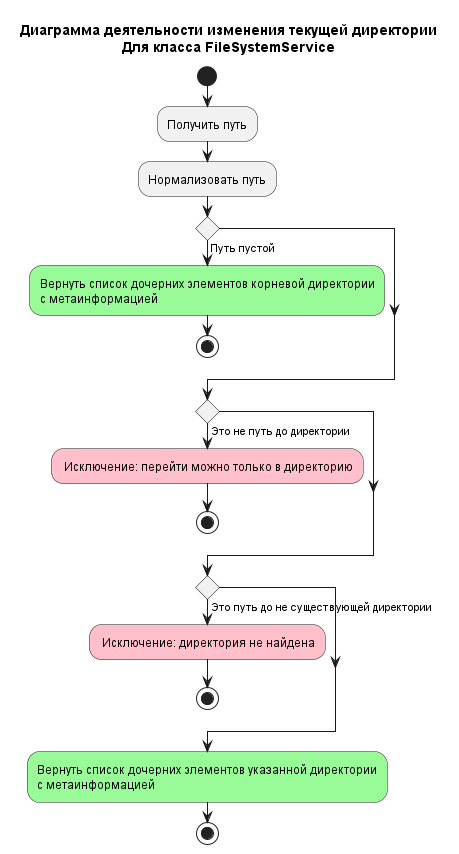
Earlier version of the PlantUML export documentation/diagrams/out/documentation/diagrams/change-dir-activity-diagram/Change dir activity diagram.png (PavelPutin/Zile-filla). Source of this version:
```plantuml
@startuml Change dir activity diagram
title
Диаграмма деятельности изменения текущей директории
Для класса FileSystemService
end title

start
:Получить путь;
:Нормализовать путь;

if () then (Путь пустой)
    #palegreen:Вернуть список дочерних элементов корневой директории\nс метаинформацией;
    stop
endif

if () then (Это не путь до директории)
    #pink: Исключение: перейти можно только в директорию;
    stop
endif

if () then (Это путь до не существующей директории)
    #pink: Исключение: директория не найдена;
    stop
endif

#palegreen:Вернуть список дочерних элементов указанной директории\nс метаинформацией;

stop

@enduml
```
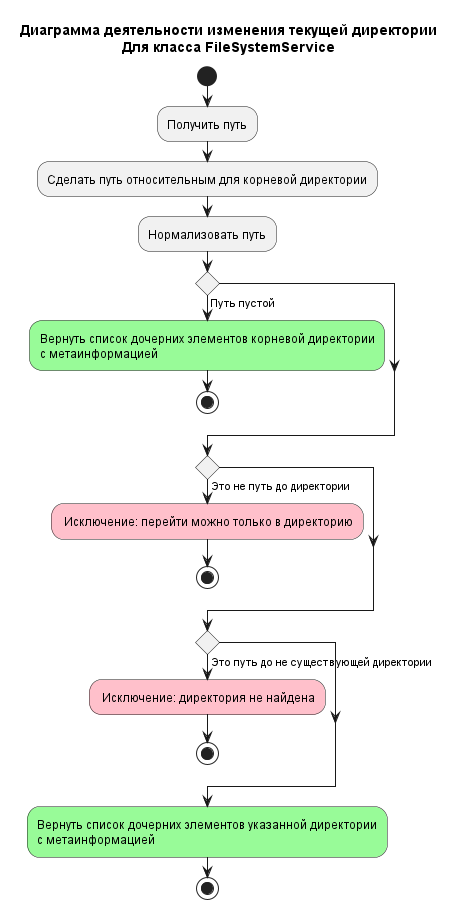
The same file after the commit.

Commit message:
fix: add action to diagram of change directory activity

Diff of the diagram source:
```diff
@@ -6,6 +6,7 @@
 
 start
 :Получить путь;
+:Сделать путь относительным для корневой директории;
 :Нормализовать путь;
 
 if () then (Путь пустой)
```
